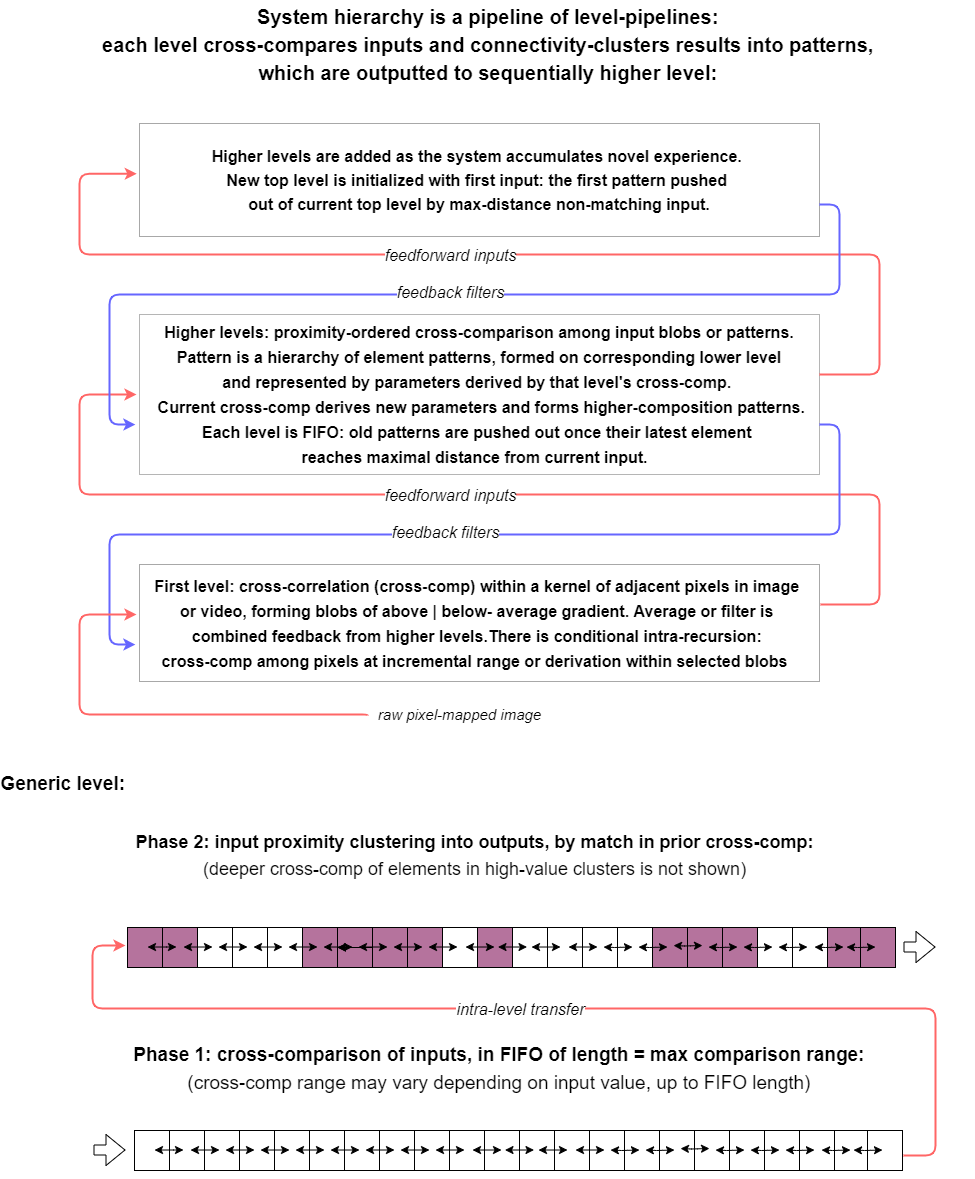
boris-kz/CogAlg keeps this draw.io diagram as frame_2D_alg/Illustrations/Whole-system hierarchy.png. Above is the earlier version. Source tidied: cells renumbered, new cells last; positions are measured from the earlier drawing's top-left corner, leaving out a move shared by most shapes.
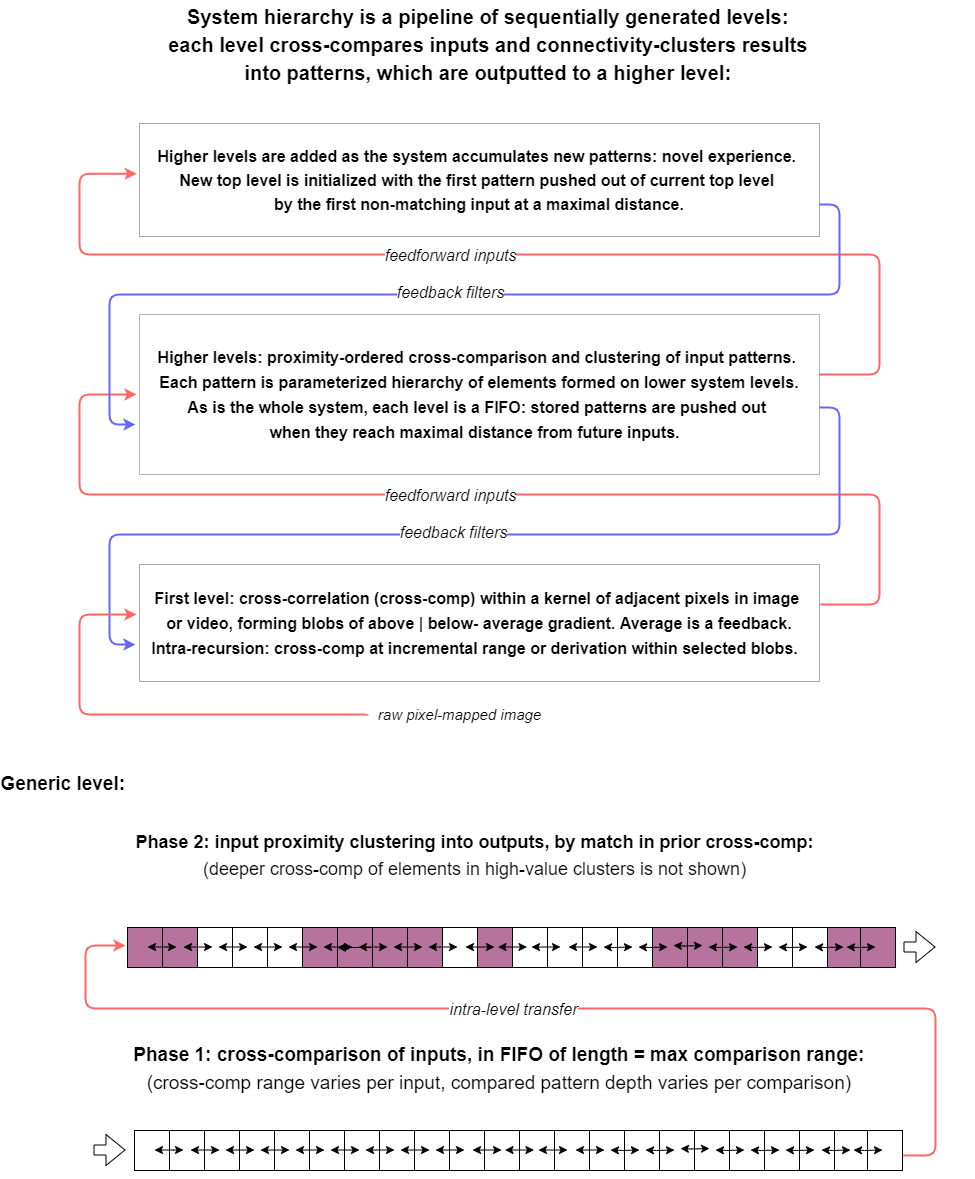
The same file after the commit.

Diff of the diagram source:
```diff
@@ -2,7 +2,7 @@
   <root>
     <mxCell id="0" />
     <mxCell id="1" parent="0" />
-    <mxCell id="2" value="&lt;font style=&quot;font-size: 16px ; line-height: 150%&quot;&gt;&lt;b style=&quot;line-height: 160%&quot;&gt;First level: cross-correlation (cross-comp) within a kernel of adjacent pixels in image &lt;br&gt;or video, forming blobs of above | below- average gradient. Average or filter is &lt;br&gt;combined feedback from higher levels.There is conditional intra-recursion: &lt;br&gt;cross-comp among pixels at incremental range or derivation within selected blobs&amp;nbsp;&amp;nbsp;&lt;/b&gt;&lt;/font&gt;" style="rounded=0;whiteSpace=wrap;html=1;strokeColor=#A8A8A8;" parent="1" vertex="1">
+    <mxCell id="2" value="&lt;font style=&quot;font-size: 16px ; line-height: 150%&quot;&gt;&lt;b style=&quot;line-height: 160%&quot;&gt;First level: cross-correlation (cross-comp) within a kernel of adjacent pixels in image &lt;br&gt;or video, forming blobs of above | below- average gradient. Average is a&amp;nbsp;feedback.&lt;br&gt;Intra-recursion: cross-comp at incremental range or derivation within selected blobs.&amp;nbsp;&amp;nbsp;&lt;/b&gt;&lt;/font&gt;" style="rounded=0;whiteSpace=wrap;html=1;strokeColor=#A8A8A8;" parent="1" vertex="1">
       <mxGeometry x="88" y="564" width="680" height="117" as="geometry" />
     </mxCell>
     <mxCell id="3" style="edgeStyle=segmentEdgeStyle;endArrow=classic;html=1;strokeWidth=2;strokeColor=#FF6666;" parent="2" edge="1">
@@ -22,17 +22,18 @@
         <mxPoint x="-25" as="offset" />
       </mxGeometry>
     </mxCell>
-    <mxCell id="5" value="&lt;font style=&quot;font-size: 16px ; line-height: 160%&quot;&gt;&lt;b&gt;Higher levels: proximity-ordered cross-comparison among input blobs or patterns.&lt;br&gt;Pattern is a hierarchy of element patterns, formed on corresponding lower level and&amp;nbsp;&lt;/b&gt;&lt;b&gt;represented by parameters derived by that level's cross-comp.&amp;nbsp;&lt;/b&gt;&lt;b&gt;&lt;br&gt;&amp;nbsp;Current cross-comp derive&lt;/b&gt;&lt;b&gt;s new parameters and forms higher-composition patterns.&lt;/b&gt;&lt;b&gt;&lt;br&gt;Each level is FIFO: old patterns are pushed out once their latest element &lt;br&gt;reaches maximal distance from current input.&amp;nbsp;&amp;nbsp;&lt;/b&gt;&lt;/font&gt;" style="rounded=0;whiteSpace=wrap;html=1;strokeColor=#B5B5B5;" parent="1" vertex="1">
+    <mxCell id="5" value="&lt;font style=&quot;font-size: 16px ; line-height: 160%&quot;&gt;&lt;b&gt;Higher levels: proximity-ordered cross-comparison and clustering of input patterns. &lt;br&gt;Each pattern is&amp;nbsp;&lt;/b&gt;&lt;b&gt;parameterized&amp;nbsp;&lt;/b&gt;&lt;b&gt;hierarchy of elements formed on lower system levels.&lt;/b&gt;&lt;b&gt;&lt;br&gt;As is the whole system, each level is a FIFO: stored patterns are pushed out &lt;br&gt;when&amp;nbsp;they&amp;nbsp;reach maximal distance from future inputs.&amp;nbsp;&amp;nbsp;&lt;/b&gt;&lt;/font&gt;" style="rounded=0;whiteSpace=wrap;html=1;strokeColor=#B5B5B5;" parent="1" vertex="1">
       <mxGeometry x="88" y="314" width="680" height="160" as="geometry" />
     </mxCell>
-    <mxCell id="6" value="&lt;span style=&quot;font-size: 16px&quot;&gt;&lt;b style=&quot;line-height: 150%&quot;&gt;Higher levels are added as the system accumulates novel experience.&amp;nbsp;&lt;br&gt;New top level is initialized with first input: the first pattern pushed &lt;br&gt;out of current top level by max-distance&lt;/b&gt;&lt;/span&gt;&lt;b style=&quot;font-size: 16px ; line-height: 24px&quot;&gt;&amp;nbsp;&lt;/b&gt;&lt;span style=&quot;font-size: 16px&quot;&gt;&lt;b style=&quot;line-height: 150%&quot;&gt;non-matching input.&lt;/b&gt;&lt;/span&gt;" style="rounded=0;whiteSpace=wrap;html=1;strokeColor=#A8A8A8;" parent="1" vertex="1">
+    <mxCell id="6" value="&lt;span style=&quot;font-size: 16px&quot;&gt;&lt;b style=&quot;line-height: 150%&quot;&gt;Higher levels are added as the system accumulates new patterns: novel experience.&amp;nbsp;&lt;br&gt;New top level is initialized with the first pattern pushed out of current top level &lt;br&gt;by the first&amp;nbsp;&lt;/b&gt;&lt;/span&gt;&lt;span style=&quot;font-size: 16px&quot;&gt;&lt;b style=&quot;line-height: 150%&quot;&gt;non-matching input at a&amp;nbsp;&lt;/b&gt;&lt;/span&gt;&lt;span style=&quot;font-size: 16px&quot;&gt;&lt;b style=&quot;line-height: 24px&quot;&gt;maximal distance&lt;/b&gt;&lt;/span&gt;&lt;span style=&quot;font-size: 16px&quot;&gt;&lt;b style=&quot;line-height: 150%&quot;&gt;.&lt;/b&gt;&lt;/span&gt;" style="rounded=0;whiteSpace=wrap;html=1;strokeColor=#A8A8A8;" parent="1" vertex="1">
       <mxGeometry x="88" y="123" width="680" height="113" as="geometry" />
     </mxCell>
     <mxCell id="7" style="edgeStyle=segmentEdgeStyle;endArrow=classic;html=1;entryX=-0.006;entryY=0.684;entryDx=0;entryDy=0;entryPerimeter=0;strokeColor=#6666FF;strokeWidth=2;" parent="1" edge="1" target="2">
       <mxGeometry relative="1" as="geometry">
-        <mxPoint x="768" y="424" as="sourcePoint" />
+        <mxPoint x="768" y="407" as="sourcePoint" />
         <Array as="points">
-          <mxPoint x="788" y="424" />
+          <mxPoint x="768" y="407" />
+          <mxPoint x="788" y="407" />
           <mxPoint x="788" y="534" />
           <mxPoint x="58" y="534" />
           <mxPoint x="58" y="644" />
@@ -90,8 +91,8 @@
     <mxCell id="14" value="&lt;font style=&quot;font-size: 15px&quot;&gt;&lt;i&gt;raw pixel-mapped image&lt;/i&gt;&lt;/font&gt;" style="text;html=1;align=center;verticalAlign=middle;points=[];" parent="1" vertex="1">
       <mxGeometry x="318" y="704" width="180" height="20" as="geometry" />
     </mxCell>
-    <mxCell id="15" value="&lt;font style=&quot;font-size: 20px&quot;&gt;&lt;b style=&quot;line-height: 140%&quot;&gt;System hierarchy is a pipeline of level-pipelines: &lt;br&gt;each level cross-compares inputs and connectivity-clusters results into patterns, &lt;br&gt;which are outputted to sequentially higher level:&amp;nbsp;&lt;/b&gt;&lt;/font&gt;" style="text;html=1;align=center;verticalAlign=middle;" parent="1" vertex="1">
-      <mxGeometry x="48" width="781" height="88" as="geometry" />
+    <mxCell id="15" value="&lt;font style=&quot;font-size: 20px&quot;&gt;&lt;b style=&quot;line-height: 140%&quot;&gt;System hierarchy is a pipeline of sequentially generated levels: &lt;br&gt;each level cross-compares inputs and connectivity-clusters results &lt;br&gt;into patterns, which are outputted to a higher level:&amp;nbsp;&lt;/b&gt;&lt;/font&gt;" style="text;html=1;align=center;verticalAlign=middle;" parent="1" vertex="1">
+      <mxGeometry x="114" width="649" height="88" as="geometry" />
     </mxCell>
     <mxCell id="16" value="&lt;b style=&quot;font-size: 19px&quot;&gt;&lt;span&gt;Generic level&lt;/span&gt;&lt;span&gt;:&lt;/span&gt;&lt;/b&gt;&lt;span style=&quot;font-size: 20px&quot;&gt;&lt;br&gt;&lt;/span&gt;" style="whiteSpace=wrap;html=1;opacity=0;labelPosition=left;verticalLabelPosition=middle;align=right;verticalAlign=middle;" parent="1" vertex="1">
       <mxGeometry x="76" y="766" width="847" height="32" as="geometry" />
@@ -99,7 +100,7 @@
     <mxCell id="17" value="&lt;p style=&quot;line-height: 150%&quot;&gt;&lt;b style=&quot;font-size: 18px&quot;&gt;&lt;span style=&quot;font-size: 18px&quot;&gt;Phase 2: input proximity clustering into outputs, by match in prior cross-comp&lt;/span&gt;&lt;span style=&quot;font-size: 18px&quot;&gt;:&lt;br style=&quot;font-size: 18px&quot;&gt;&lt;/span&gt;&lt;/b&gt;&lt;span style=&quot;font-size: 18px&quot;&gt;(deeper cross-comp of elements in high-value&lt;/span&gt;&lt;span style=&quot;font-size: 18px&quot;&gt;&amp;nbsp;&lt;/span&gt;&lt;span style=&quot;font-size: 18px&quot;&gt;clusters is&amp;nbsp;&lt;/span&gt;&lt;span style=&quot;font-size: 18px&quot;&gt;not shown&lt;/span&gt;&lt;span style=&quot;font-size: 18px&quot;&gt;)&lt;br style=&quot;font-size: 18px&quot;&gt;&lt;/span&gt;&lt;/p&gt;" style="whiteSpace=wrap;html=1;opacity=0;spacing=3;spacingTop=0;fontSize=18;" parent="1" vertex="1">
       <mxGeometry y="825" width="847" height="60" as="geometry" />
     </mxCell>
-    <mxCell id="18" value="&lt;span style=&quot;font-size: 19px ; line-height: 150%&quot;&gt;&lt;b&gt;Phase 1: cross-comparison of inputs, in FIFO of length = max comparison range:&amp;nbsp;&lt;/b&gt;&lt;br&gt;(cross-comp range may vary depending on input value, up to FIFO length)&amp;nbsp;&lt;/span&gt;" style="whiteSpace=wrap;html=1;opacity=0;" parent="1" vertex="1">
+    <mxCell id="18" value="&lt;span style=&quot;font-size: 19px ; line-height: 150%&quot;&gt;&lt;b&gt;Phase 1: cross-comparison of inputs, in FIFO of length = max comparison range:&amp;nbsp;&lt;/b&gt;&lt;br&gt;(cross-comp range varies per input, compared pattern depth varies per comparison)&amp;nbsp;&lt;/span&gt;" style="whiteSpace=wrap;html=1;opacity=0;" parent="1" vertex="1">
       <mxGeometry x="27" y="1038" width="847" height="60" as="geometry" />
     </mxCell>
     <mxCell id="19" style="shape=flexArrow;endArrow=classic;html=1;" parent="1" edge="1">
@@ -343,8 +344,8 @@
         <Array as="points">
           <mxPoint x="884" y="1155" />
           <mxPoint x="884" y="1008" />
-          <mxPoint x="41" y="1008" />
-          <mxPoint x="41" y="945" />
+          <mxPoint x="34" y="1008" />
+          <mxPoint x="34" y="945" />
         </Array>
       </mxGeometry>
     </mxCell>
```
